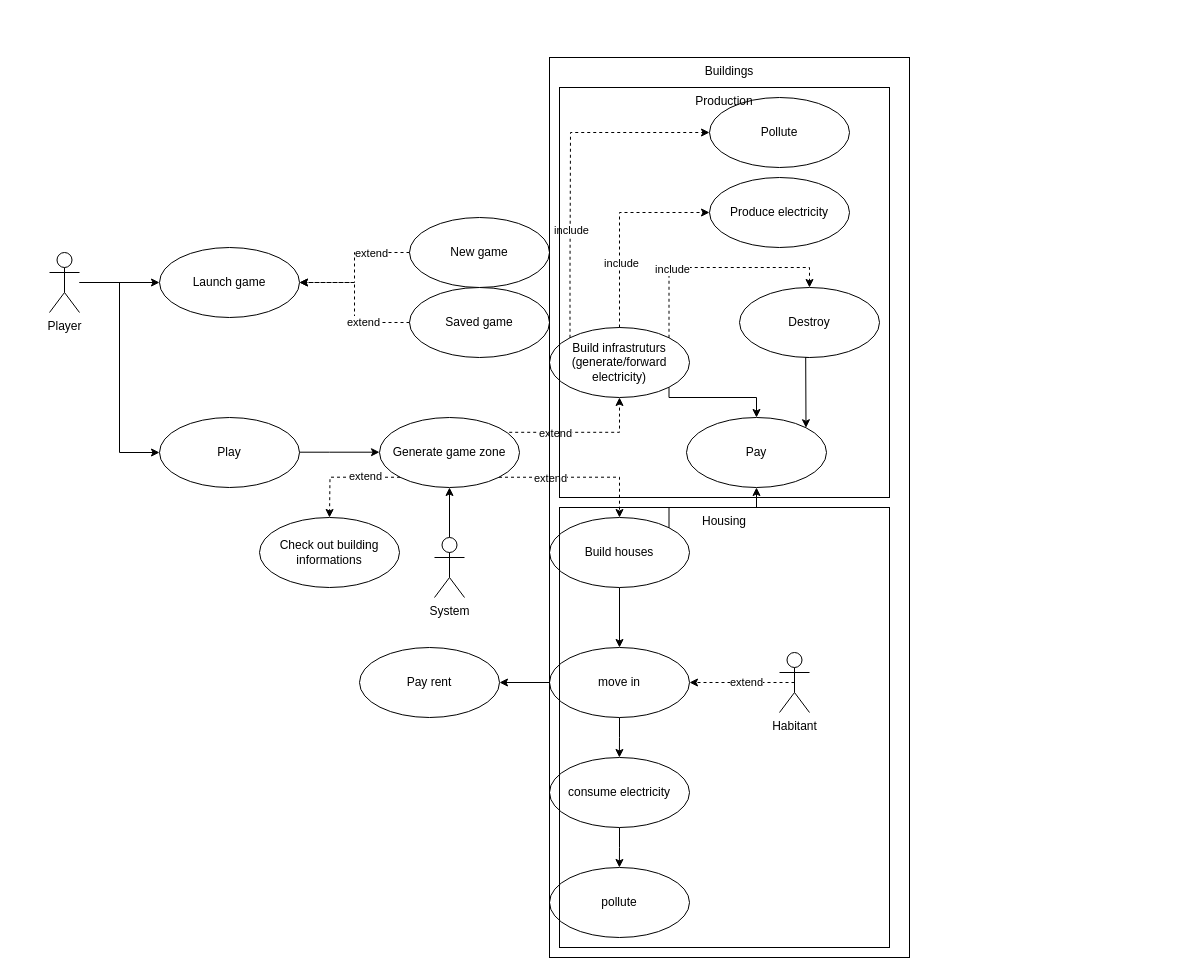
This is uml/Diagramme_cas_utilsation_v2.drawio from Flo3171/AP4B_Project, a draw.io file, before an edit. Source tidied: cells renumbered, new cells numbered last; positions are measured from the earlier drawing's top-left corner, leaving out a move shared by most shapes. Both pictures are drawn from the tidied source at 100%, with x=0, y=0 at pixel (49, 57).
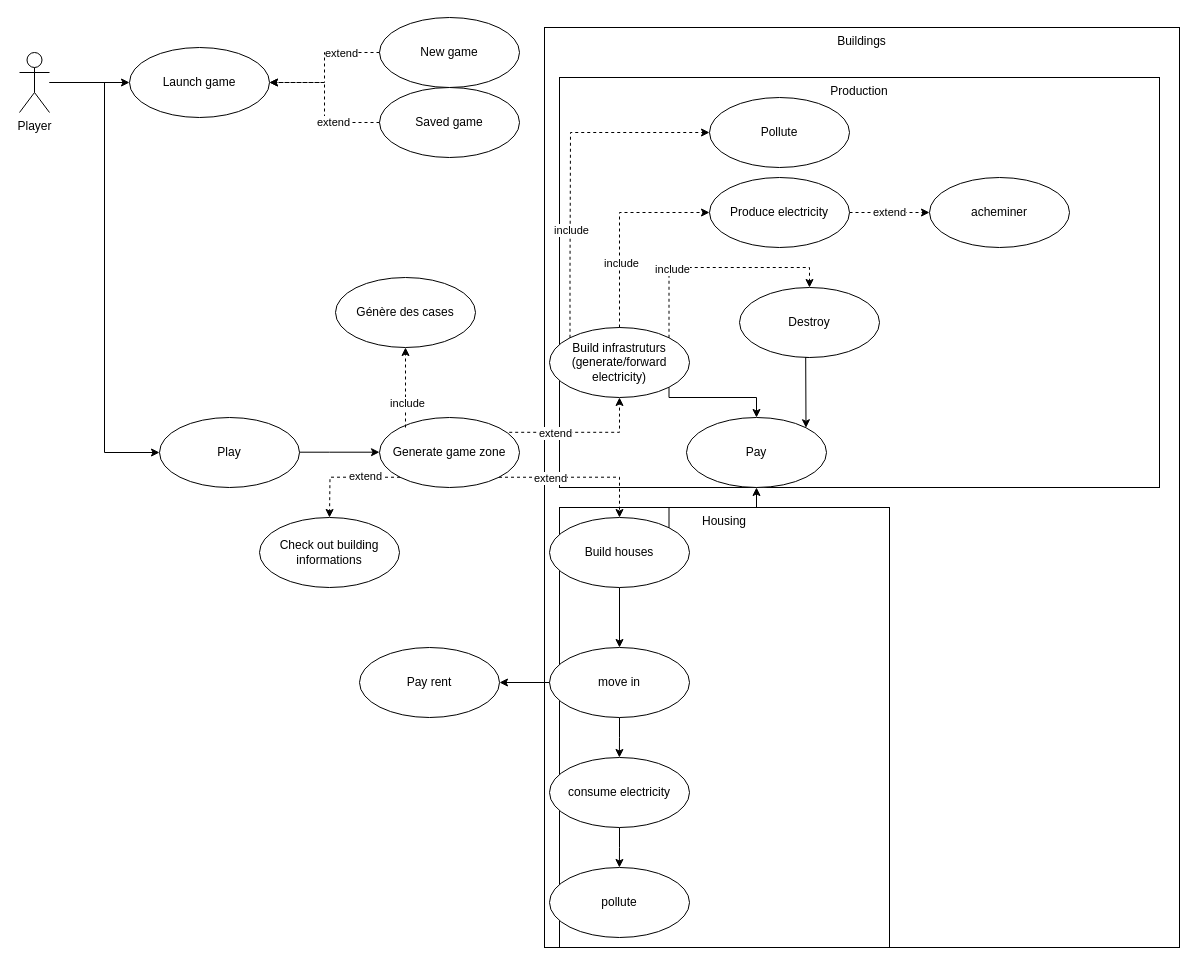
The same page after the edit.

The change refers to these unchanged cells:
```xml
<mxCell id="16" value="Generate game zone" style="ellipse;whiteSpace=wrap;html=1;" parent="1" vertex="1">
  <mxGeometry x="330" y="360" width="140" height="70" as="geometry" />
</mxCell>
<mxCell id="29" value="move in" style="ellipse;whiteSpace=wrap;html=1;" parent="1" vertex="1">
  <mxGeometry x="500" y="590" width="140" height="70" as="geometry" />
</mxCell>
<mxCell id="46" value="Produce electricity" style="ellipse;whiteSpace=wrap;html=1;" parent="1" vertex="1">
  <mxGeometry x="660" y="120" width="140" height="70" as="geometry" />
</mxCell>
```

What changed in the source:
```diff
@@
+    <mxCell id="52" value="Housing" style="rounded=0;whiteSpace=wrap;html=1;fillColor=none;gradientColor=none;align=center;verticalAlign=top;" parent="1" vertex="1">
+      <mxGeometry x="510" y="450" width="330" height="440" as="geometry" />
+    </mxCell>
+    <mxCell id="50" value="Buildings" style="rounded=0;whiteSpace=wrap;html=1;fillColor=none;gradientColor=none;align=center;verticalAlign=top;" parent="1" vertex="1">
+      <mxGeometry x="495" y="-30" width="635" height="920" as="geometry" />
+    </mxCell>
+    <mxCell id="51" value="Production" style="rounded=0;whiteSpace=wrap;html=1;fillColor=none;gradientColor=none;align=center;verticalAlign=top;" parent="1" vertex="1">
+      <mxGeometry x="510" y="20" width="600" height="410" as="geometry" />
+    </mxCell>
@@
     <mxCell id="4" value="Player" style="shape=umlActor;verticalLabelPosition=bottom;verticalAlign=top;html=1;" parent="1" vertex="1">
-      <mxGeometry y="195" width="30" height="60" as="geometry" />
+      <mxGeometry x="-30" y="-5" width="30" height="60" as="geometry" />
     </mxCell>
     <mxCell id="5" value="Launch game" style="ellipse;whiteSpace=wrap;html=1;" parent="1" vertex="1">
-      <mxGeometry x="110" y="190" width="140" height="70" as="geometry" />
+      <mxGeometry x="80" y="-10" width="140" height="70" as="geometry" />
     </mxCell>
@@
     <mxCell id="8" value="New game" style="ellipse;whiteSpace=wrap;html=1;" parent="1" vertex="1">
-      <mxGeometry x="360" y="160" width="140" height="70" as="geometry" />
+      <mxGeometry x="330" y="-40" width="140" height="70" as="geometry" />
     </mxCell>
@@
     <mxCell id="11" value="Saved game" style="ellipse;whiteSpace=wrap;html=1;" parent="1" vertex="1">
-      <mxGeometry x="360" y="230" width="140" height="70" as="geometry" />
+      <mxGeometry x="330" y="30" width="140" height="70" as="geometry" />
     </mxCell>
@@
-    <mxCell id="13" style="edgeStyle=orthogonalEdgeStyle;rounded=0;jettySize=auto;html=1;exitX=0.5;exitY=0;exitDx=0;exitDy=0;exitPerimeter=0;entryX=0.5;entryY=1;entryDx=0;entryDy=0;" parent="1" edge="1" source="14" target="16">
-      <mxGeometry relative="1" as="geometry" />
-    </mxCell>
-    <mxCell id="14" value="System" style="shape=umlActor;verticalLabelPosition=bottom;verticalAlign=top;html=1;" parent="1" vertex="1">
-      <mxGeometry x="385" y="480" width="30" height="60" as="geometry" />
-    </mxCell>
@@
-    <mxCell id="26" value="Habitant" style="shape=umlActor;verticalLabelPosition=bottom;verticalAlign=top;html=1;" parent="1" vertex="1">
-      <mxGeometry x="730" y="595" width="30" height="60" as="geometry" />
-    </mxCell>
@@
-    <mxCell id="30" style="edgeStyle=orthogonalEdgeStyle;rounded=0;jettySize=auto;html=1;dashed=1;entryX=1;entryY=0.5;entryDx=0;entryDy=0;exitX=0.5;exitY=0.5;exitDx=0;exitDy=0;exitPerimeter=0;" parent="1" edge="1" source="26" target="29">
-      <mxGeometry relative="1" as="geometry">
-        <Array as="points">
-          <mxPoint x="690" y="625" />
-          <mxPoint x="690" y="630" />
-          <mxPoint x="710" y="630" />
-          <mxPoint x="710" y="625" />
-        </Array>
-      </mxGeometry>
-    </mxCell>
-    <mxCell id="31" value="extend" style="edgeLabel;html=1;align=center;verticalAlign=middle;" parent="30" vertex="1">
-      <mxGeometry x="-0.37" y="-1" relative="1" as="geometry" />
-    </mxCell>
@@
+    <mxCell id="31" value="extend" style="edgeStyle=orthogonalEdgeStyle;rounded=0;jettySize=auto;html=1;exitX=1;exitY=0.5;exitDx=0;exitDy=0;entryX=0;entryY=0.5;entryDx=0;entryDy=0;dashed=1;" parent="1" edge="1" source="46" target="56">
+      <mxGeometry relative="1" as="geometry" />
+    </mxCell>
@@
-    <mxCell id="50" value="Buildings" style="rounded=0;whiteSpace=wrap;html=1;fillColor=none;gradientColor=none;align=center;verticalAlign=top;" parent="1" vertex="1">
-      <mxGeometry x="500" width="360" height="900" as="geometry" />
-    </mxCell>
-    <mxCell id="51" value="Production" style="rounded=0;whiteSpace=wrap;html=1;fillColor=none;gradientColor=none;align=center;verticalAlign=top;" parent="1" vertex="1">
-      <mxGeometry x="510" y="30" width="330" height="410" as="geometry" />
-    </mxCell>
-    <mxCell id="52" value="Housing" style="rounded=0;whiteSpace=wrap;html=1;fillColor=none;gradientColor=none;align=center;verticalAlign=top;" parent="1" vertex="1">
-      <mxGeometry x="510" y="450" width="330" height="440" as="geometry" />
-    </mxCell>
+    <mxCell id="53" style="edgeStyle=orthogonalEdgeStyle;rounded=0;orthogonalLoop=1;jettySize=auto;html=1;dashed=1;" parent="1" edge="1">
+      <mxGeometry relative="1" as="geometry">
+        <mxPoint x="356" y="370" as="sourcePoint" />
+        <mxPoint x="356" y="290" as="targetPoint" />
+        <Array as="points">
+          <mxPoint x="356" y="340" />
+          <mxPoint x="356" y="340" />
+        </Array>
+      </mxGeometry>
+    </mxCell>
+    <mxCell id="54" value="include" style="edgeLabel;html=1;align=center;verticalAlign=middle;" parent="53" vertex="1">
+      <mxGeometry x="-0.37" y="-1" relative="1" as="geometry" />
+    </mxCell>
+    <mxCell id="55" value="Génère des cases" style="ellipse;whiteSpace=wrap;html=1;" parent="1" vertex="1">
+      <mxGeometry x="286" y="220" width="140" height="70" as="geometry" />
+    </mxCell>
+    <mxCell id="56" value="acheminer" style="ellipse;whiteSpace=wrap;html=1;" parent="1" vertex="1">
+      <mxGeometry x="880" y="120" width="140" height="70" as="geometry" />
+    </mxCell>
```
